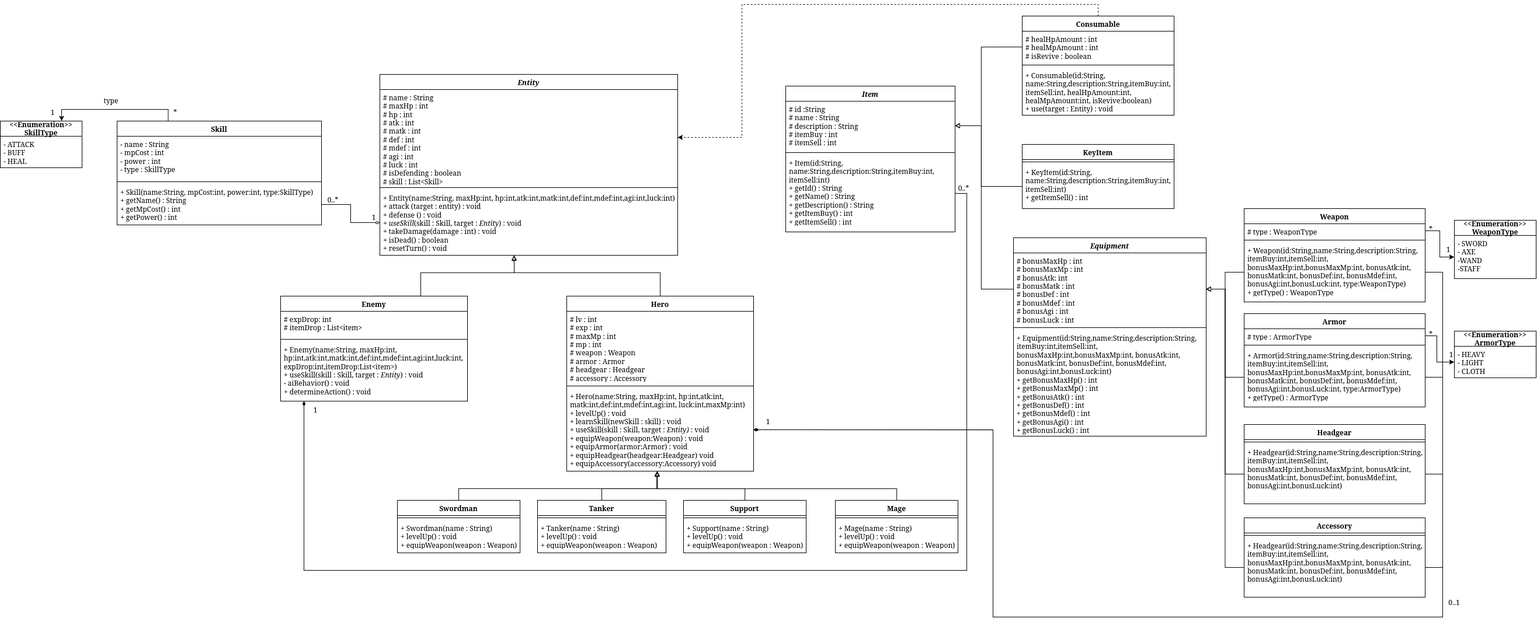
Earlier version of the draw.io export OOP_RPG_CLI_Implement.drawio.png (Aerhead09/OOP-RPG-Battle). Source tidied: cells renumbered, new cells last; positions are measured from the earlier drawing's top-left corner, leaving out a move shared by most shapes.
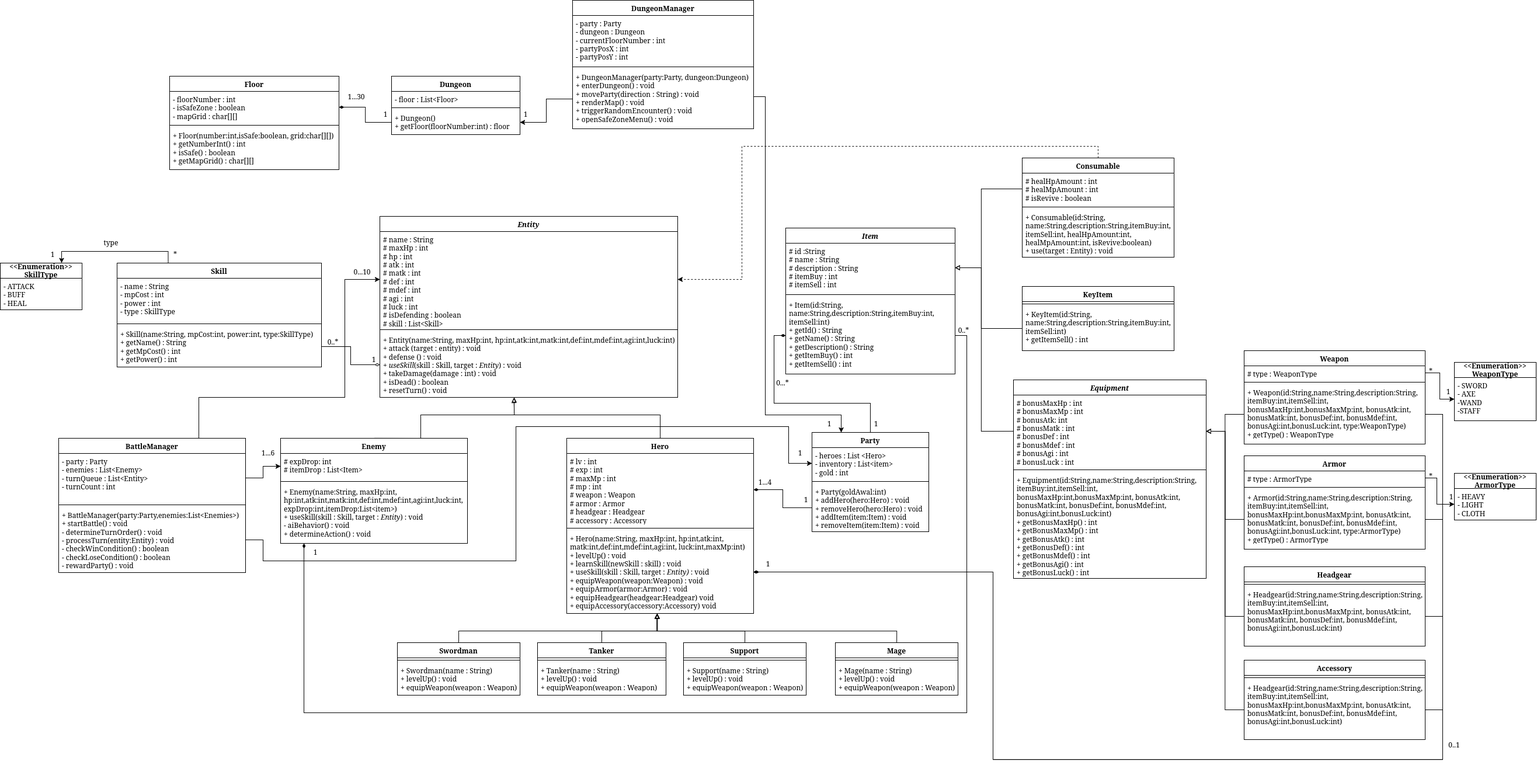
Above is the later version.

Commit message:
perubahan terbaru, mager banget jir, semoga bisa ngoding habis commit ini wkwkwk

Change to the diagram source:
```diff
@@ -29,7 +29,7 @@
     <mxCell id="10" value="Enemy" style="swimlane;fontStyle=1;align=center;verticalAlign=top;horizontal=1;startSize=26;whiteSpace=wrap;html=1;" parent="1" vertex="1">
       <mxGeometry x="480" y="500" width="320" height="180" as="geometry" />
     </mxCell>
-    <mxCell id="11" value="&lt;div&gt;# expDrop: int&lt;/div&gt;&lt;div&gt;# itemDrop : List&amp;lt;item&amp;gt;&lt;/div&gt;" style="text;strokeColor=none;fillColor=none;align=left;verticalAlign=top;spacingLeft=4;spacingRight=4;overflow=hidden;points=[[0,0.5],[1,0.5]];portConstraint=eastwest;whiteSpace=wrap;html=1;" parent="10" vertex="1">
+    <mxCell id="11" value="&lt;div&gt;# expDrop: int&lt;/div&gt;&lt;div&gt;# itemDrop : List&amp;lt;Item&amp;gt;&lt;/div&gt;&lt;div&gt;&lt;br&gt;&lt;/div&gt;&lt;div&gt;&lt;br&gt;&lt;/div&gt;" style="text;strokeColor=none;fillColor=none;align=left;verticalAlign=top;spacingLeft=4;spacingRight=4;overflow=hidden;points=[[0,0.5],[1,0.5]];portConstraint=eastwest;whiteSpace=wrap;html=1;" parent="10" vertex="1">
       <mxGeometry y="26" width="320" height="44" as="geometry" />
     </mxCell>
     <mxCell id="12" style="line;strokeWidth=1;fillColor=none;align=left;verticalAlign=middle;spacingTop=-1;spacingLeft=3;spacingRight=3;labelPosition=right;strokeColor=inherit;" parent="10" vertex="1">
@@ -392,5 +392,143 @@
     <mxCell id="100" value="1" style="text;html=1;whiteSpace=wrap;strokeColor=none;fillColor=none;align=center;verticalAlign=middle;rounded=0;" parent="1" vertex="1">
       <mxGeometry x="2450" y="405" width="60" height="30" as="geometry" />
     </mxCell>
+    <mxCell id="101" style="edgeStyle=orthogonalEdgeStyle;rounded=0;jettySize=auto;html=1;exitX=0.5;exitY=0;exitDx=0;exitDy=0;entryX=0;entryY=0.5;entryDx=0;entryDy=0;endArrow=diamondThin;endFill=1;" parent="1" edge="1" source="102" target="48">
+      <mxGeometry relative="1" as="geometry" />
+    </mxCell>
+    <mxCell id="102" value="Party" style="swimlane;fontStyle=1;align=center;verticalAlign=top;horizontal=1;startSize=26;whiteSpace=wrap;html=1;" parent="1" vertex="1">
+      <mxGeometry x="1390" y="490" width="200" height="170" as="geometry" />
+    </mxCell>
+    <mxCell id="103" value="&lt;div&gt;- heroes : List &amp;lt;Hero&amp;gt;&amp;nbsp;&lt;/div&gt;&lt;div&gt;- inventory : List&amp;lt;item&amp;gt;&lt;/div&gt;&lt;div&gt;- gold : int&lt;/div&gt;&lt;div&gt;&lt;br&gt;&lt;/div&gt;" style="text;strokeColor=none;fillColor=none;align=left;verticalAlign=top;spacingLeft=4;spacingRight=4;overflow=hidden;points=[[0,0.5],[1,0.5]];portConstraint=eastwest;whiteSpace=wrap;html=1;" parent="102" vertex="1">
+      <mxGeometry y="26" width="200" height="54" as="geometry" />
+    </mxCell>
+    <mxCell id="104" style="line;strokeWidth=1;fillColor=none;align=left;verticalAlign=middle;spacingTop=-1;spacingLeft=3;spacingRight=3;labelPosition=right;strokeColor=inherit;" parent="102" vertex="1">
+      <mxGeometry y="80" width="200" height="8" as="geometry" />
+    </mxCell>
+    <mxCell id="105" value="&lt;div&gt;+ Party(goldAwal:int)&lt;/div&gt;&lt;div&gt;+ addHero(hero:Hero) : void&lt;/div&gt;&lt;div&gt;+ removeHero(hero:Hero) : void&lt;/div&gt;&lt;div&gt;+ addItem(item:Item) : void&lt;/div&gt;&lt;div&gt;+ removeItem(item:Item) : void&lt;/div&gt;" style="text;strokeColor=none;fillColor=none;align=left;verticalAlign=top;spacingLeft=4;spacingRight=4;overflow=hidden;points=[[0,0.5],[1,0.5]];portConstraint=eastwest;whiteSpace=wrap;html=1;" parent="102" vertex="1">
+      <mxGeometry y="88" width="200" height="82" as="geometry" />
+    </mxCell>
+    <mxCell id="106" style="edgeStyle=orthogonalEdgeStyle;rounded=0;jettySize=auto;html=1;exitX=0;exitY=0.5;exitDx=0;exitDy=0;endArrow=diamondThin;endFill=1;" parent="1" edge="1" source="105" target="7">
+      <mxGeometry relative="1" as="geometry" />
+    </mxCell>
+    <mxCell id="107" value="1" style="text;html=1;whiteSpace=wrap;strokeColor=none;fillColor=none;align=center;verticalAlign=middle;rounded=0;" parent="1" vertex="1">
+      <mxGeometry x="1350" y="590" width="60" height="30" as="geometry" />
+    </mxCell>
+    <mxCell id="108" value="1...4" style="text;html=1;whiteSpace=wrap;strokeColor=none;fillColor=none;align=center;verticalAlign=middle;rounded=0;" parent="1" vertex="1">
+      <mxGeometry x="1280" y="560" width="60" height="30" as="geometry" />
+    </mxCell>
+    <mxCell id="109" value="1" style="text;html=1;whiteSpace=wrap;strokeColor=none;fillColor=none;align=center;verticalAlign=middle;rounded=0;" parent="1" vertex="1">
+      <mxGeometry x="1470" y="460" width="60" height="30" as="geometry" />
+    </mxCell>
+    <mxCell id="110" value="0...*" style="text;html=1;whiteSpace=wrap;strokeColor=none;fillColor=none;align=center;verticalAlign=middle;rounded=0;" parent="1" vertex="1">
+      <mxGeometry x="1310" y="390" width="60" height="30" as="geometry" />
+    </mxCell>
+    <mxCell id="111" style="edgeStyle=orthogonalEdgeStyle;rounded=0;jettySize=auto;html=1;exitX=0.75;exitY=0;exitDx=0;exitDy=0;" parent="1" edge="1" source="112" target="3">
+      <mxGeometry relative="1" as="geometry">
+        <Array as="points">
+          <mxPoint x="340" y="430" />
+          <mxPoint x="590" y="430" />
+          <mxPoint x="590" y="228" />
+        </Array>
+      </mxGeometry>
+    </mxCell>
+    <mxCell id="112" value="BattleManager" style="swimlane;fontStyle=1;align=center;verticalAlign=top;horizontal=1;startSize=26;whiteSpace=wrap;html=1;" parent="1" vertex="1">
+      <mxGeometry x="100" y="500" width="320" height="230" as="geometry" />
+    </mxCell>
+    <mxCell id="113" value="&lt;div&gt;- party : Party&lt;/div&gt;&lt;div&gt;- enemies : List&amp;lt;Enemy&amp;gt;&lt;/div&gt;&lt;div&gt;- turnQueue : List&amp;lt;Entity&amp;gt;&lt;/div&gt;&lt;div&gt;- turnCount : int&lt;/div&gt;" style="text;strokeColor=none;fillColor=none;align=left;verticalAlign=top;spacingLeft=4;spacingRight=4;overflow=hidden;points=[[0,0.5],[1,0.5]];portConstraint=eastwest;whiteSpace=wrap;html=1;" parent="112" vertex="1">
+      <mxGeometry y="26" width="320" height="84" as="geometry" />
+    </mxCell>
+    <mxCell id="114" style="line;strokeWidth=1;fillColor=none;align=left;verticalAlign=middle;spacingTop=-1;spacingLeft=3;spacingRight=3;labelPosition=right;strokeColor=inherit;" parent="112" vertex="1">
+      <mxGeometry y="110" width="320" height="8" as="geometry" />
+    </mxCell>
+    <mxCell id="115" value="&lt;div&gt;+ BattleManager(party:Party,enemies:List&amp;lt;Enemies&amp;gt;)&lt;/div&gt;&lt;div&gt;+ startBattle() : void&lt;/div&gt;&lt;div&gt;- determineTurnOrder() : void&lt;/div&gt;&lt;div&gt;- processTurn(entity:Entity) : void&lt;/div&gt;&lt;div&gt;- checkWinCondition() : boolean&lt;/div&gt;&lt;div&gt;- checkLoseCondition() : boolean&lt;/div&gt;&lt;div&gt;- rewardParty() : void&amp;nbsp;&amp;nbsp;&lt;/div&gt;" style="text;strokeColor=none;fillColor=none;align=left;verticalAlign=top;spacingLeft=4;spacingRight=4;overflow=hidden;points=[[0,0.5],[1,0.5]];portConstraint=eastwest;whiteSpace=wrap;html=1;" parent="112" vertex="1">
+      <mxGeometry y="118" width="320" height="112" as="geometry" />
+    </mxCell>
+    <mxCell id="116" style="edgeStyle=orthogonalEdgeStyle;rounded=0;jettySize=auto;html=1;exitX=1;exitY=0.5;exitDx=0;exitDy=0;entryX=0;entryY=0.5;entryDx=0;entryDy=0;" parent="1" edge="1" source="115" target="103">
+      <mxGeometry relative="1" as="geometry">
+        <Array as="points">
+          <mxPoint x="450" y="674" />
+          <mxPoint x="450" y="710" />
+          <mxPoint x="883" y="710" />
+          <mxPoint x="883" y="480" />
+          <mxPoint x="1350" y="480" />
+          <mxPoint x="1350" y="543" />
+        </Array>
+      </mxGeometry>
+    </mxCell>
+    <mxCell id="117" style="edgeStyle=orthogonalEdgeStyle;rounded=0;jettySize=auto;html=1;exitX=1;exitY=0.5;exitDx=0;exitDy=0;" parent="1" edge="1" source="113" target="11">
+      <mxGeometry relative="1" as="geometry" />
+    </mxCell>
+    <mxCell id="118" value="1" style="text;html=1;whiteSpace=wrap;strokeColor=none;fillColor=none;align=center;verticalAlign=middle;rounded=0;" parent="1" vertex="1">
+      <mxGeometry x="1340" y="510" width="60" height="30" as="geometry" />
+    </mxCell>
+    <mxCell id="119" value="1...6" style="text;html=1;whiteSpace=wrap;strokeColor=none;fillColor=none;align=center;verticalAlign=middle;rounded=0;" parent="1" vertex="1">
+      <mxGeometry x="429" y="510" width="60" height="30" as="geometry" />
+    </mxCell>
+    <mxCell id="120" value="0...10" style="text;html=1;whiteSpace=wrap;strokeColor=none;fillColor=none;align=center;verticalAlign=middle;rounded=0;" parent="1" vertex="1">
+      <mxGeometry x="590" y="200" width="60" height="30" as="geometry" />
+    </mxCell>
+    <mxCell id="121" value="Floor" style="swimlane;fontStyle=1;align=center;verticalAlign=top;horizontal=1;startSize=26;whiteSpace=wrap;html=1;" parent="1" vertex="1">
+      <mxGeometry x="290" y="-120" width="290" height="160" as="geometry" />
+    </mxCell>
+    <mxCell id="122" value="&lt;div&gt;- floorNumber : int&lt;/div&gt;&lt;div&gt;- isSafeZone : boolean&lt;/div&gt;&lt;div&gt;- mapGrid : char[][]&lt;/div&gt;&lt;div&gt;&lt;br&gt;&lt;/div&gt;" style="text;strokeColor=none;fillColor=none;align=left;verticalAlign=top;spacingLeft=4;spacingRight=4;overflow=hidden;points=[[0,0.5],[1,0.5]];portConstraint=eastwest;whiteSpace=wrap;html=1;" parent="121" vertex="1">
+      <mxGeometry y="26" width="290" height="54" as="geometry" />
+    </mxCell>
+    <mxCell id="123" style="line;strokeWidth=1;fillColor=none;align=left;verticalAlign=middle;spacingTop=-1;spacingLeft=3;spacingRight=3;labelPosition=right;strokeColor=inherit;" parent="121" vertex="1">
+      <mxGeometry y="80" width="290" height="8" as="geometry" />
+    </mxCell>
+    <mxCell id="124" value="&lt;div&gt;+ Floor(number:int,isSafe:boolean, grid:char[][])&lt;/div&gt;&lt;div&gt;+ getNumberInt() : int&lt;/div&gt;&lt;div&gt;+ isSafe() : boolean&lt;/div&gt;&lt;div&gt;+ getMapGrid() : char[][]&lt;/div&gt;" style="text;strokeColor=none;fillColor=none;align=left;verticalAlign=top;spacingLeft=4;spacingRight=4;overflow=hidden;whiteSpace=wrap;html=1;" parent="121" vertex="1">
+      <mxGeometry y="88" width="290" height="72" as="geometry" />
+    </mxCell>
+    <mxCell id="125" value="Dungeon" style="swimlane;fontStyle=1;align=center;verticalAlign=top;horizontal=1;startSize=26;whiteSpace=wrap;html=1;" parent="1" vertex="1">
+      <mxGeometry x="670" y="-120" width="220" height="100" as="geometry" />
+    </mxCell>
+    <mxCell id="126" value="&lt;div&gt;- floor : List&amp;lt;Floor&amp;gt;&lt;/div&gt;" style="text;strokeColor=none;fillColor=none;align=left;verticalAlign=top;spacingLeft=4;spacingRight=4;overflow=hidden;whiteSpace=wrap;html=1;" parent="125" vertex="1">
+      <mxGeometry y="26" width="220" height="24" as="geometry" />
+    </mxCell>
+    <mxCell id="127" style="line;strokeWidth=1;fillColor=none;align=left;verticalAlign=middle;spacingTop=-1;spacingLeft=3;spacingRight=3;labelPosition=right;strokeColor=inherit;" parent="125" vertex="1">
+      <mxGeometry y="50" width="220" height="8" as="geometry" />
+    </mxCell>
+    <mxCell id="128" value="&lt;div&gt;+ Dungeon()&lt;/div&gt;&lt;div&gt;+ getFloor(floorNumber:int) : floor&amp;nbsp;&lt;/div&gt;" style="text;strokeColor=none;fillColor=none;align=left;verticalAlign=top;spacingLeft=4;spacingRight=4;overflow=hidden;points=[[0,0.5],[1,0.5]];portConstraint=eastwest;whiteSpace=wrap;html=1;" parent="125" vertex="1">
+      <mxGeometry y="58" width="220" height="42" as="geometry" />
+    </mxCell>
+    <mxCell id="129" style="edgeStyle=orthogonalEdgeStyle;rounded=0;jettySize=auto;html=1;exitX=1;exitY=0.75;exitDx=0;exitDy=0;entryX=0.25;entryY=0;entryDx=0;entryDy=0;" parent="1" edge="1" source="130" target="102">
+      <mxGeometry relative="1" as="geometry">
+        <Array as="points">
+          <mxPoint x="1310" y="-85" />
+          <mxPoint x="1310" y="460" />
+          <mxPoint x="1440" y="460" />
+        </Array>
+      </mxGeometry>
+    </mxCell>
+    <mxCell id="130" value="DungeonManager" style="swimlane;fontStyle=1;align=center;verticalAlign=top;horizontal=1;startSize=26;whiteSpace=wrap;html=1;" parent="1" vertex="1">
+      <mxGeometry x="980" y="-250" width="310" height="220" as="geometry" />
+    </mxCell>
+    <mxCell id="131" value="&lt;div&gt;- party : Party&lt;/div&gt;&lt;div&gt;- dungeon : Dungeon&lt;/div&gt;&lt;div&gt;- currentFloorNumber : int&lt;/div&gt;&lt;div&gt;- partyPosX : int&lt;/div&gt;&lt;div&gt;- partyPosY : int&lt;/div&gt;" style="text;strokeColor=none;fillColor=none;align=left;verticalAlign=top;spacingLeft=4;spacingRight=4;overflow=hidden;whiteSpace=wrap;html=1;" parent="130" vertex="1">
+      <mxGeometry y="26" width="310" height="84" as="geometry" />
+    </mxCell>
+    <mxCell id="132" style="line;strokeWidth=1;fillColor=none;align=left;verticalAlign=middle;spacingTop=-1;spacingLeft=3;spacingRight=3;labelPosition=right;strokeColor=inherit;" parent="130" vertex="1">
+      <mxGeometry y="110" width="310" height="8" as="geometry" />
+    </mxCell>
+    <mxCell id="133" value="&lt;div&gt;+ DungeonManager(party:Party, dungeon:Dungeon)&lt;/div&gt;&lt;div&gt;+ enterDungeon() : void&lt;/div&gt;&lt;div&gt;+ moveParty(direction : String) : void&lt;/div&gt;&lt;div&gt;+ renderMap() : void&lt;/div&gt;&lt;div&gt;+ triggerRandomEncounter() : void&lt;/div&gt;&lt;div&gt;+ openSafeZoneMenu() : void&lt;/div&gt;" style="text;strokeColor=none;fillColor=none;align=left;verticalAlign=top;spacingLeft=4;spacingRight=4;overflow=hidden;points=[[0,0.5],[1,0.5]];portConstraint=eastwest;whiteSpace=wrap;html=1;" parent="130" vertex="1">
+      <mxGeometry y="118" width="310" height="102" as="geometry" />
+    </mxCell>
+    <mxCell id="134" style="edgeStyle=orthogonalEdgeStyle;rounded=0;jettySize=auto;html=1;exitX=0;exitY=0.5;exitDx=0;exitDy=0;endArrow=diamondThin;endFill=1;" parent="1" edge="1" source="128" target="122">
+      <mxGeometry relative="1" as="geometry" />
+    </mxCell>
+    <mxCell id="135" value="1" style="text;html=1;whiteSpace=wrap;strokeColor=none;fillColor=none;align=center;verticalAlign=middle;rounded=0;" parent="1" vertex="1">
+      <mxGeometry x="630" y="-70" width="60" height="30" as="geometry" />
+    </mxCell>
+    <mxCell id="136" value="1...30" style="text;html=1;whiteSpace=wrap;strokeColor=none;fillColor=none;align=center;verticalAlign=middle;rounded=0;" parent="1" vertex="1">
+      <mxGeometry x="580" y="-100" width="60" height="30" as="geometry" />
+    </mxCell>
+    <mxCell id="137" style="edgeStyle=orthogonalEdgeStyle;rounded=0;jettySize=auto;html=1;exitX=0;exitY=0.5;exitDx=0;exitDy=0;entryX=1;entryY=0.5;entryDx=0;entryDy=0;" parent="1" edge="1" source="133" target="128">
+      <mxGeometry relative="1" as="geometry" />
+    </mxCell>
+    <mxCell id="138" value="1" style="text;html=1;whiteSpace=wrap;strokeColor=none;fillColor=none;align=center;verticalAlign=middle;rounded=0;" parent="1" vertex="1">
+      <mxGeometry x="870" y="-70" width="60" height="30" as="geometry" />
+    </mxCell>
+    <mxCell id="139" value="1" style="text;html=1;whiteSpace=wrap;strokeColor=none;fillColor=none;align=center;verticalAlign=middle;rounded=0;" parent="1" vertex="1">
+      <mxGeometry x="1390" y="460" width="60" height="30" as="geometry" />
+    </mxCell>
   </root>
 </mxGraphModel>
```
